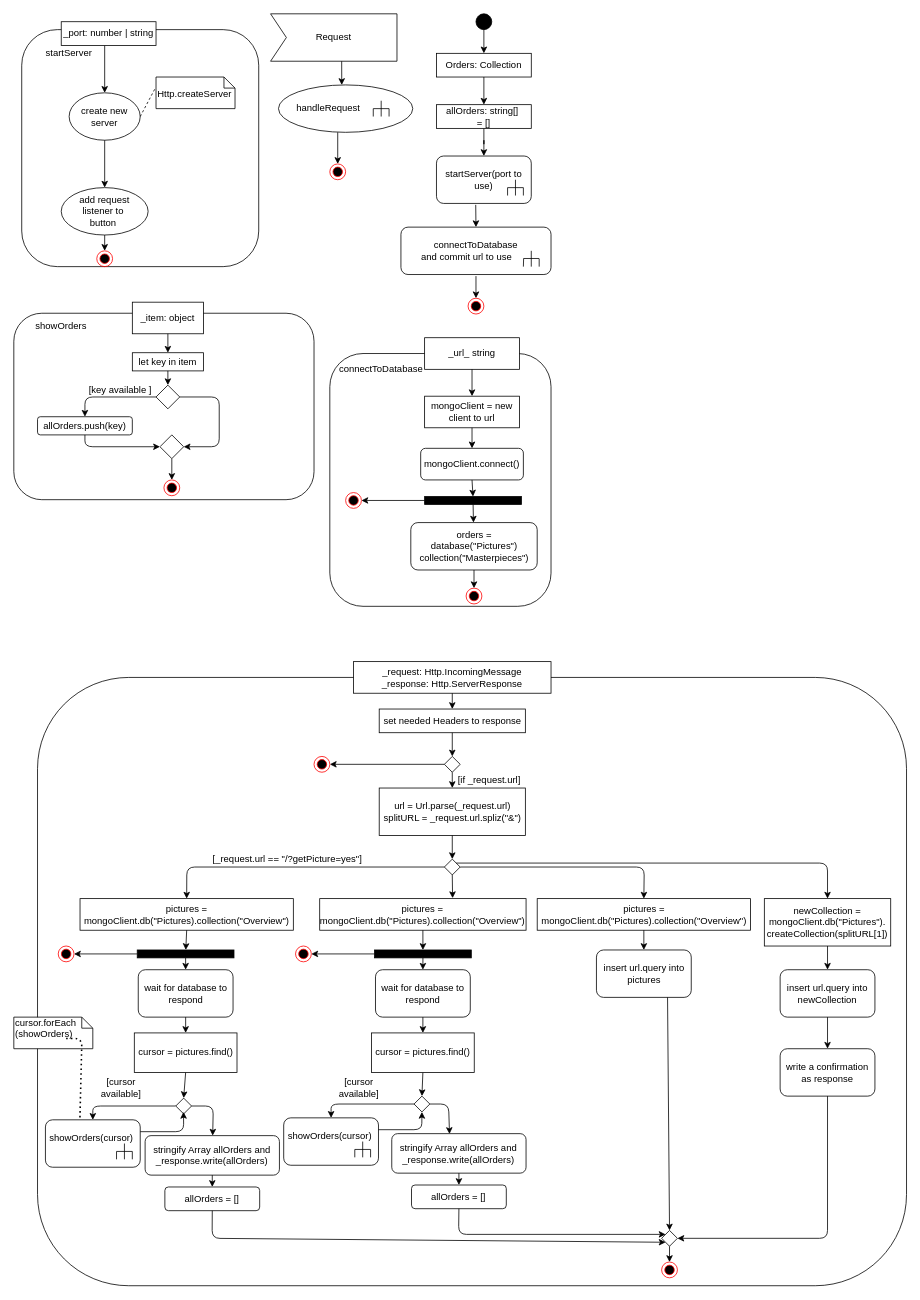
The draw.io diagram page "Server" (7 of 7) of Endabgabe/Konzeption/Konzeption.drawio in KohlerAl/EIA2, before the edit. Source tidied: cells renumbered, new cells numbered last; positions are measured from the earlier drawing's top-left corner, leaving out a move shared by most shapes. Both pictures are drawn from the tidied source at 79%, with x=0, y=0 at pixel (13, 13).
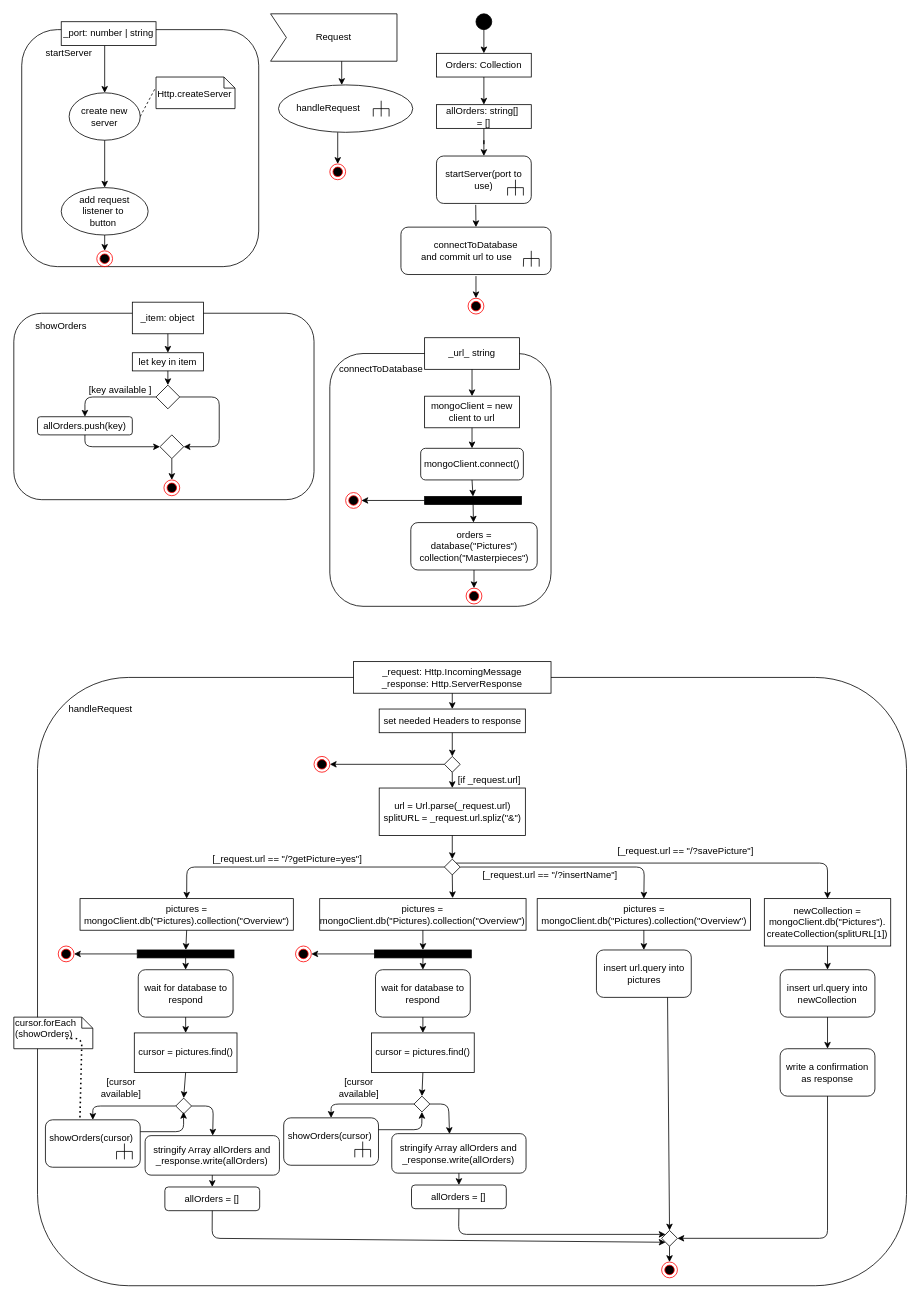
The same page after the edit.

What changed in the source:
```diff
@@
+    <mxCell id="157" value="handleRequest" style="text;html=1;strokeColor=none;fillColor=none;align=center;verticalAlign=middle;whiteSpace=wrap;rounded=0;" parent="1" vertex="1">
+      <mxGeometry x="90" y="870" width="40" height="20" as="geometry" />
+    </mxCell>
+    <mxCell id="158" value="[_request.url == &quot;/?insertName&quot;]" style="text;html=1;strokeColor=none;fillColor=none;align=center;verticalAlign=middle;whiteSpace=wrap;rounded=0;" parent="1" vertex="1">
+      <mxGeometry x="579.1" y="1080" width="200" height="20" as="geometry" />
+    </mxCell>
+    <mxCell id="159" value="&amp;nbsp;[_request.url == &quot;/?savePicture&quot;]" style="text;html=1;strokeColor=none;fillColor=none;align=center;verticalAlign=middle;whiteSpace=wrap;rounded=0;" parent="1" vertex="1">
+      <mxGeometry x="738" y="1050" width="222" height="20" as="geometry" />
+    </mxCell>
```
